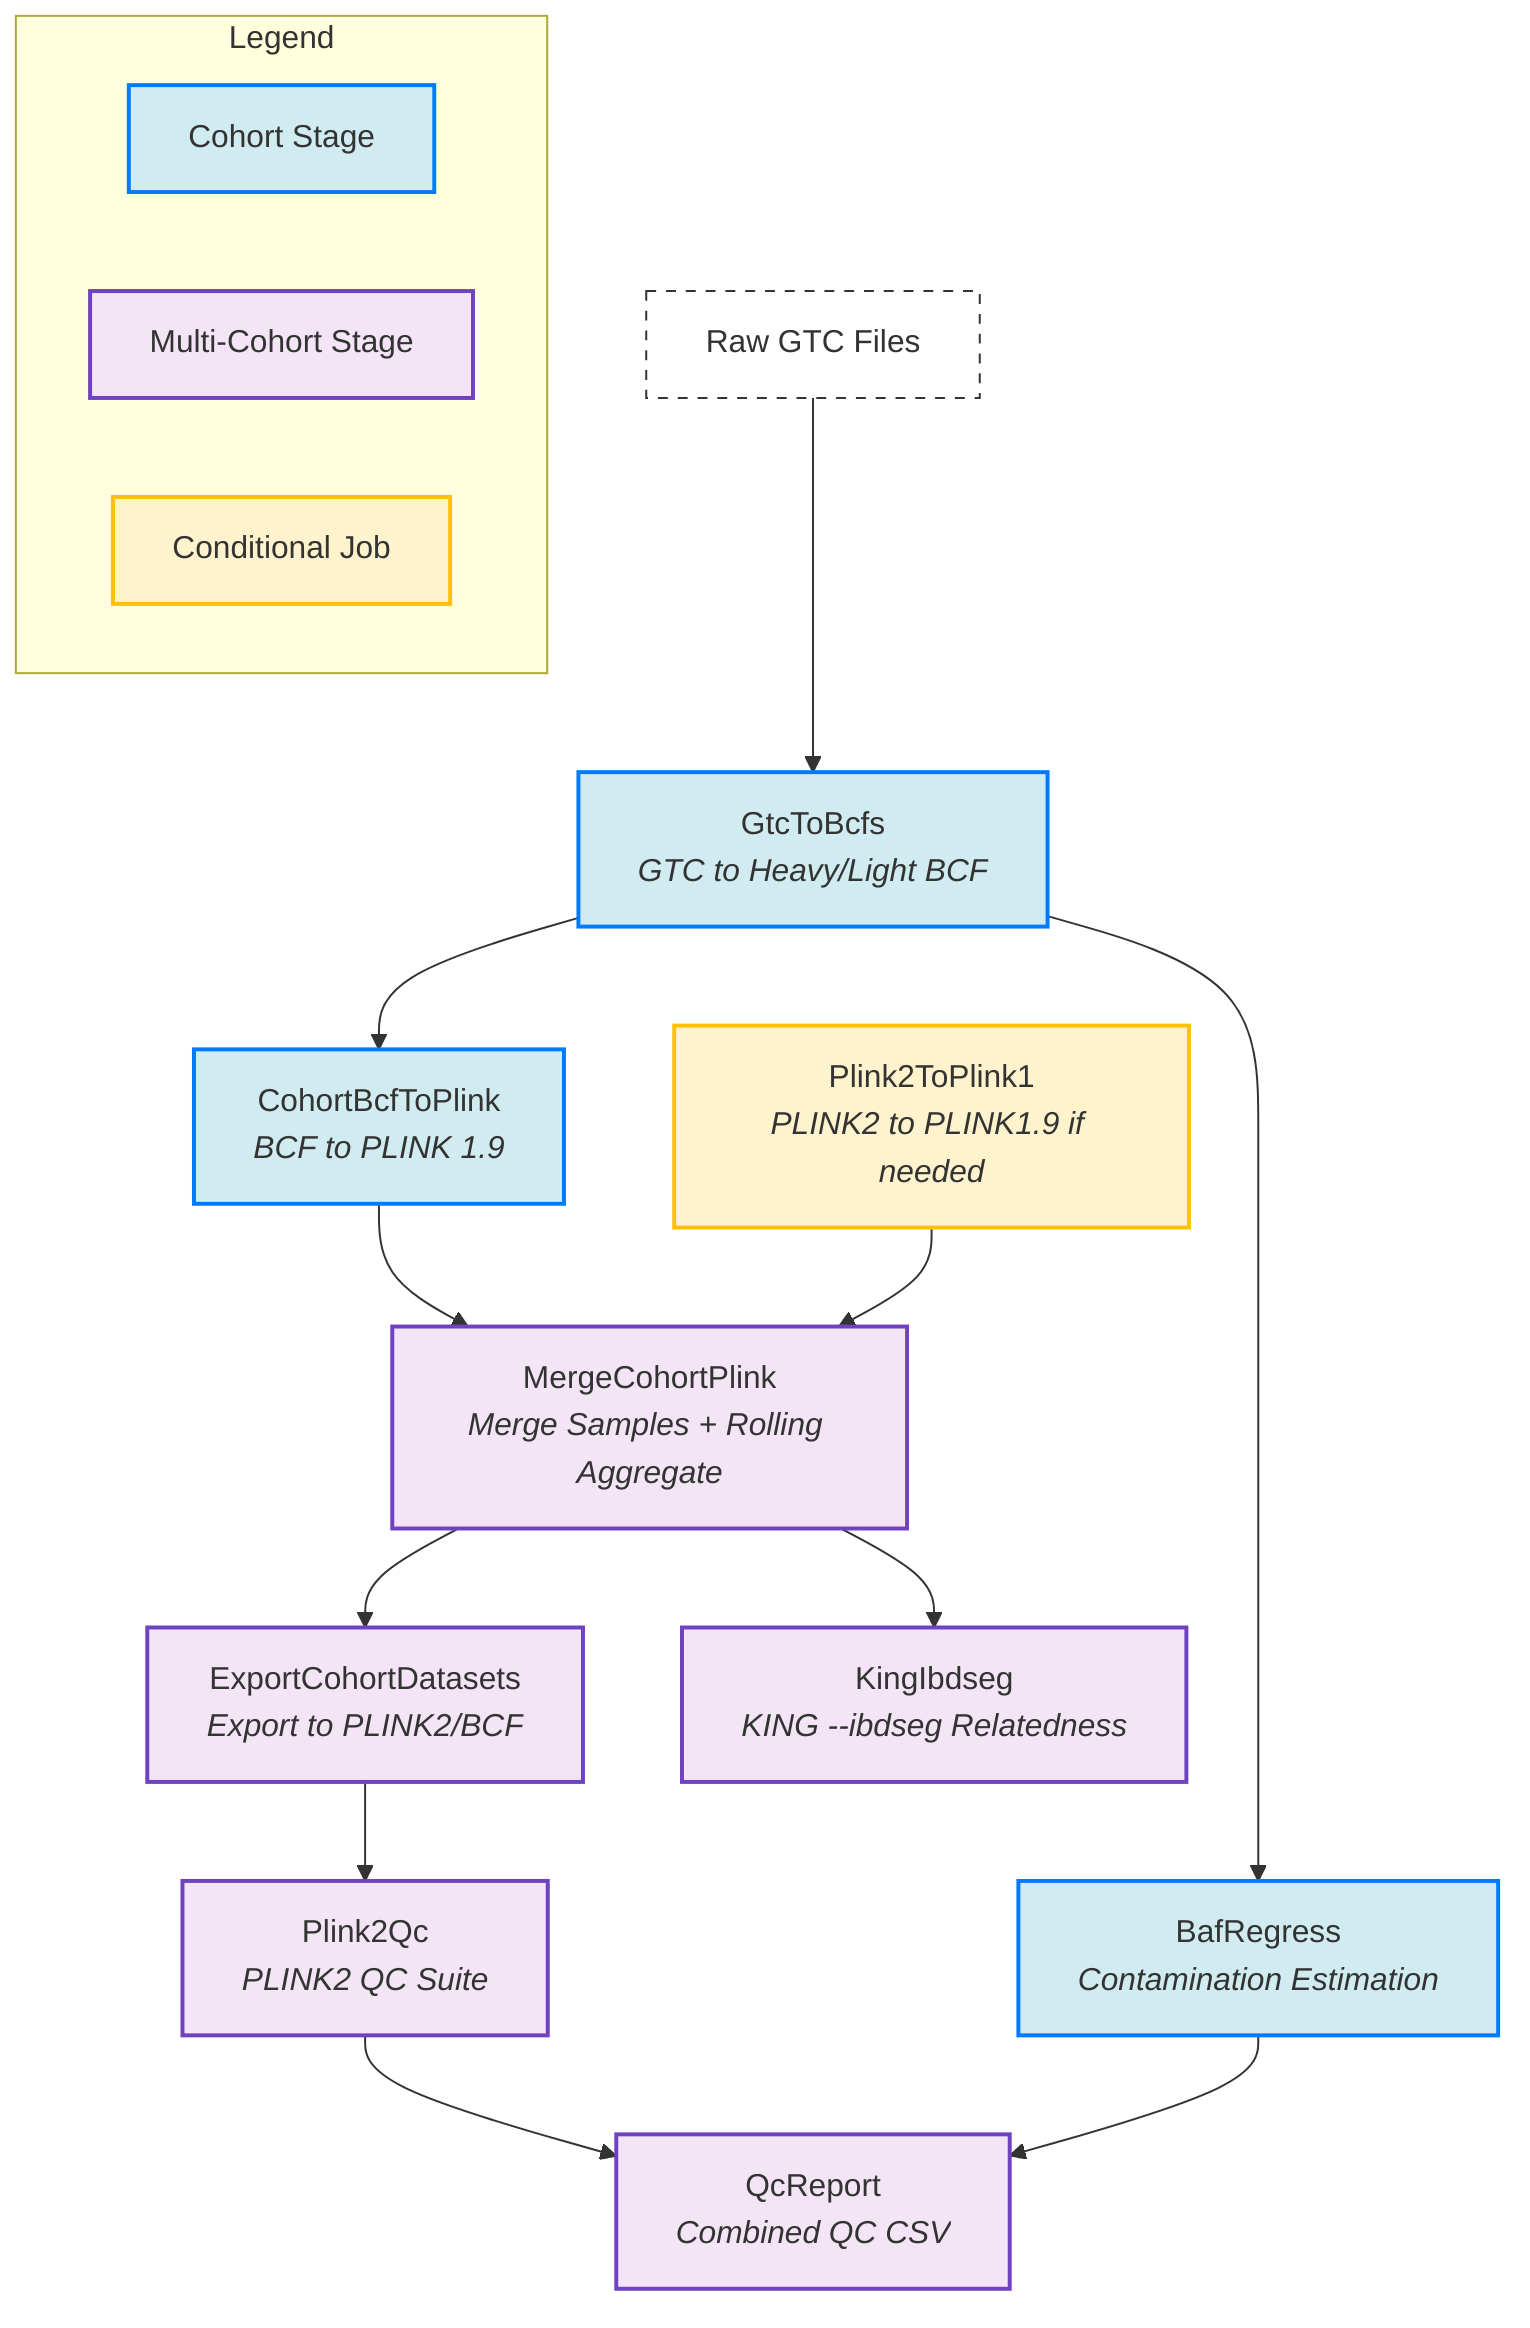
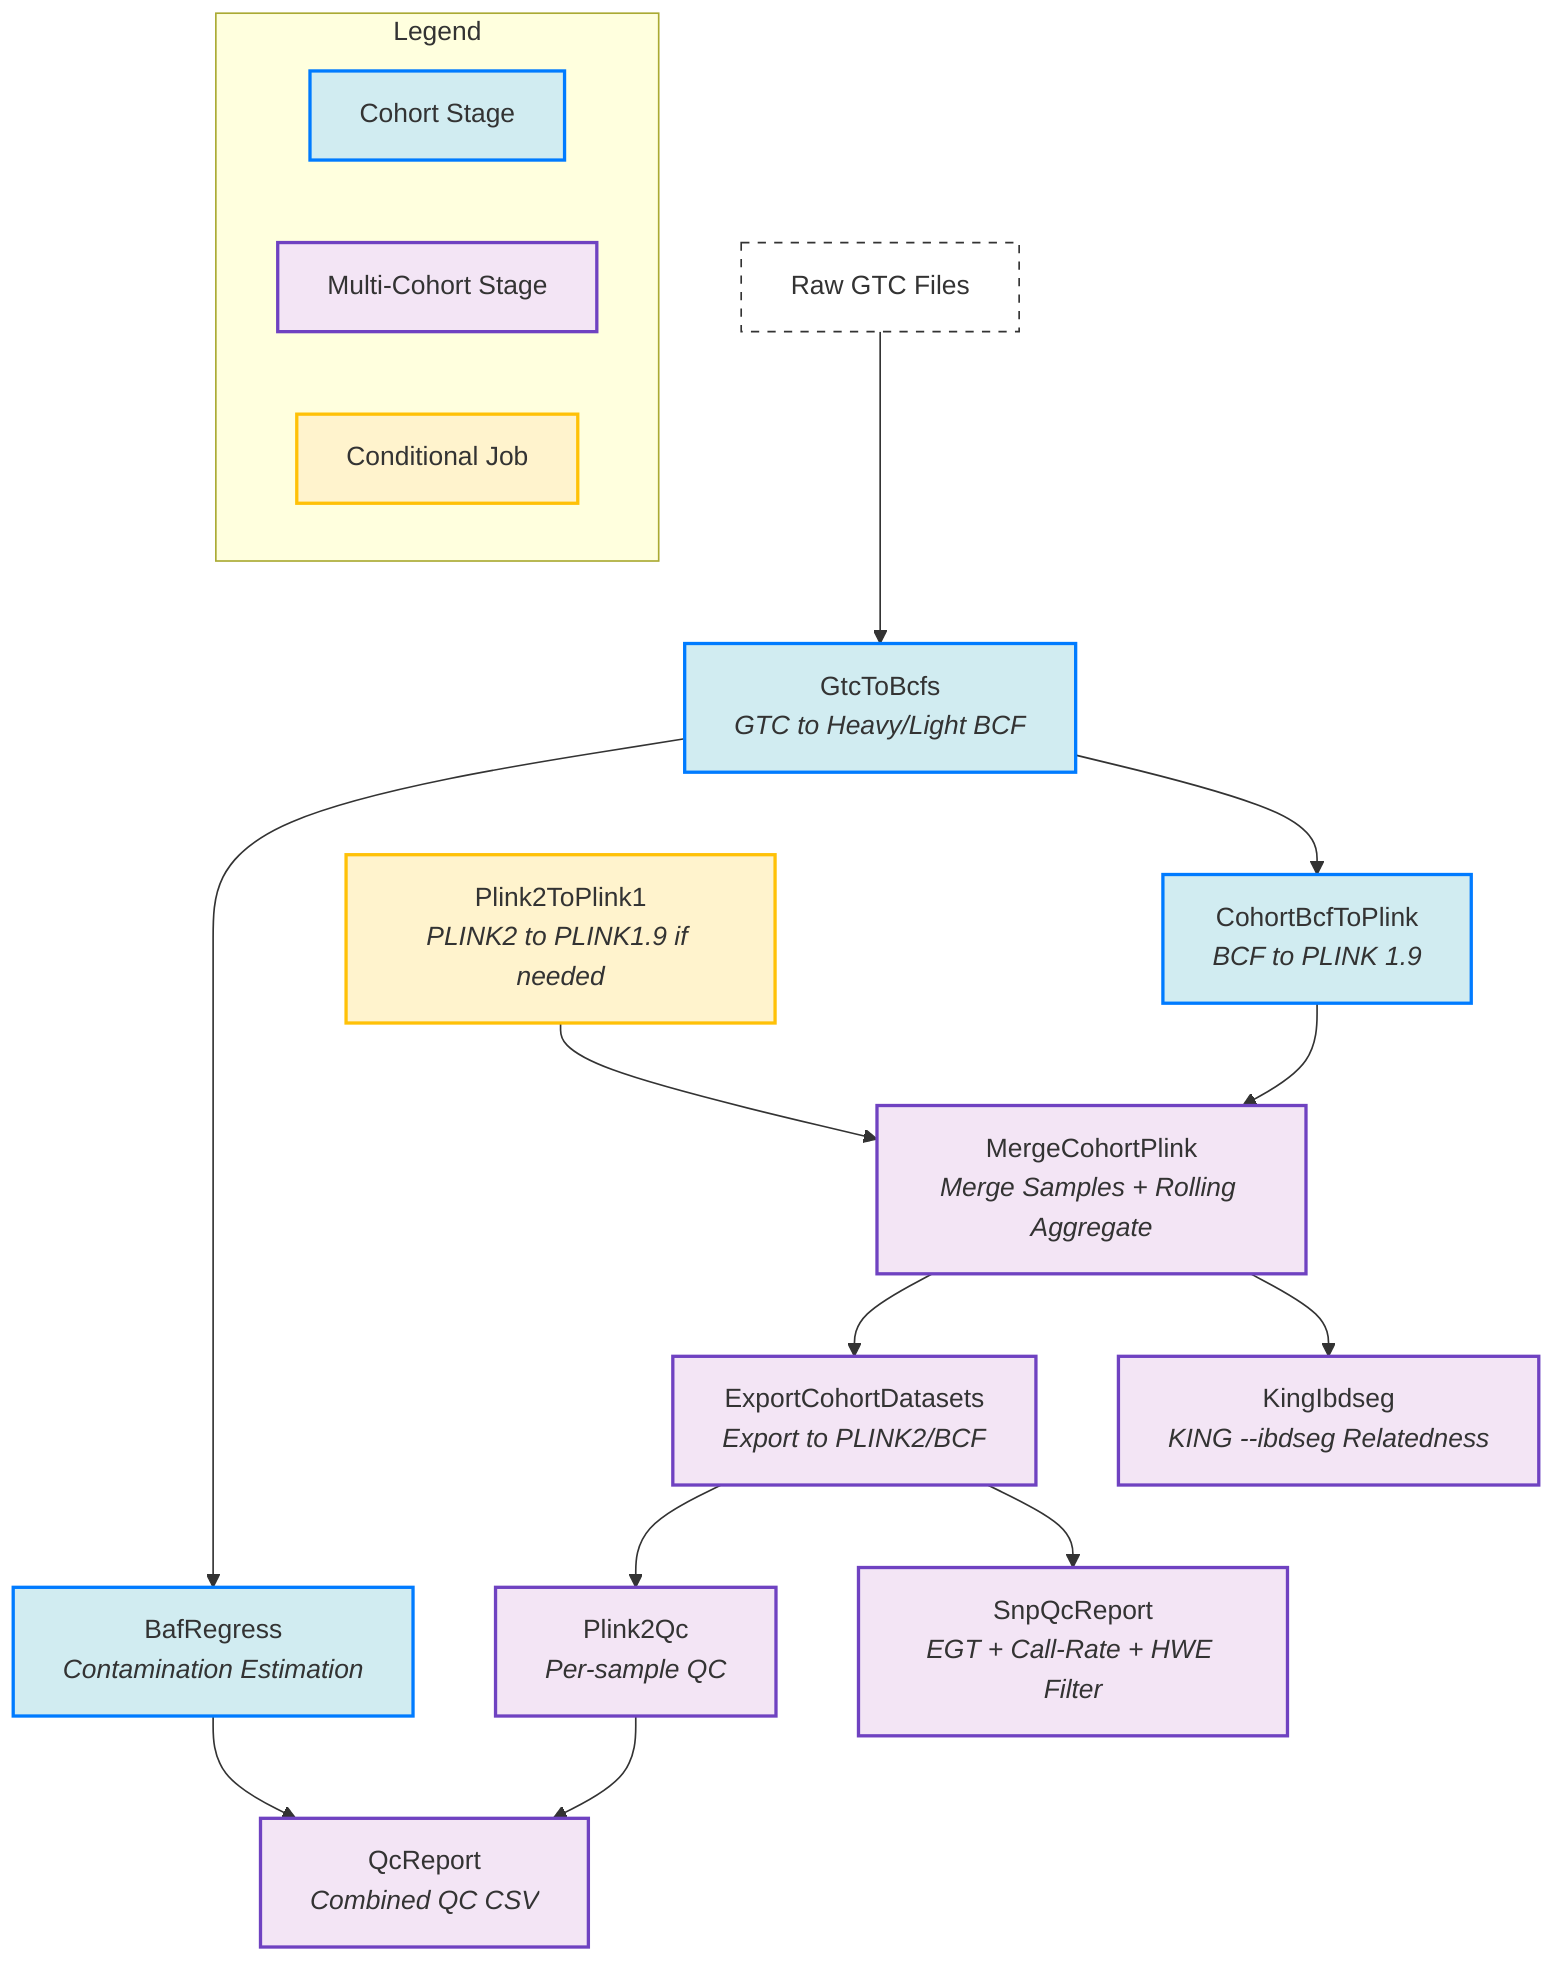
graph TD
    subgraph Legend
        direction LR
        L1[Cohort Stage]:::cohort
        L2[Multi-Cohort Stage]:::multicohort
        L3[Conditional Job]:::conditional
    end

    %% DAG Structure
    GTC[Raw GTC Files]:::data --> GtoB[GtcToBcfs<br/><i>GTC to Heavy/Light BCF</i>]:::cohort
    GtoB --> BAF[BafRegress<br/><i>Contamination Estimation</i>]:::cohort
    GtoB --> BtoP[CohortBcfToPlink<br/><i>BCF to PLINK 1.9</i>]:::cohort
    BtoP --> MCP[MergeCohortPlink<br/><i>Merge Samples + Rolling Aggregate</i>]:::multicohort
    P2P1[Plink2ToPlink1<br/><i>PLINK2 to PLINK1.9 if needed</i>]:::conditional --> MCP
    MCP --> ECD[ExportCohortDatasets<br/><i>Export to PLINK2/BCF</i>]:::multicohort
    MCP --> KING[KingIbdseg<br/><i>KING --ibdseg Relatedness</i>]:::multicohort
-     ECD --> QC[Plink2Qc<br/><i>PLINK2 QC Suite</i>]:::multicohort
+     ECD --> QC[Plink2Qc<br/><i>Per-sample QC</i>]:::multicohort
+     ECD --> SNP[SnpQcReport<br/><i>EGT + Call-Rate + HWE Filter</i>]:::multicohort
    QC --> QR[QcReport<br/><i>Combined QC CSV</i>]:::multicohort
    BAF --> QR

    %% Component styling
    classDef cohort fill:#d1ecf1,stroke:#007bff,stroke-width:2px;
    classDef multicohort fill:#f3e5f5,stroke:#6f42c1,stroke-width:2px;
    classDef conditional fill:#fff3cd,stroke:#ffc107,stroke-width:2px;
    classDef data fill:#fff,stroke:#333,stroke-dasharray: 5 5;

    %% Explicit classes
    class GtoB,BAF,BtoP cohort;
-     class MCP,ECD,QC,KING,QR multicohort;
+     class MCP,ECD,QC,KING,QR,SNP multicohort;
    class P2P1 conditional;
